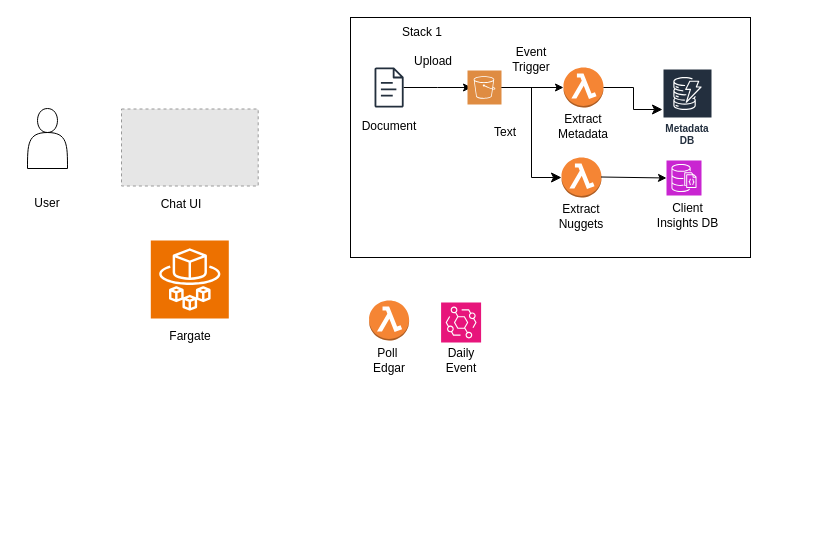
The draw.io diagram architecture/maxit.drawio in 2gauravc/maxit_sales_bot, before the edit. Source tidied: cells renumbered, new cells numbered last; positions are measured from the earlier drawing's top-left corner, leaving out a move shared by most shapes. Both pictures are drawn from the tidied source at 100%, with x=0, y=0 at pixel (17, 17). Pictures stored in the file or linked from it are replaced by grey dashed boxes.
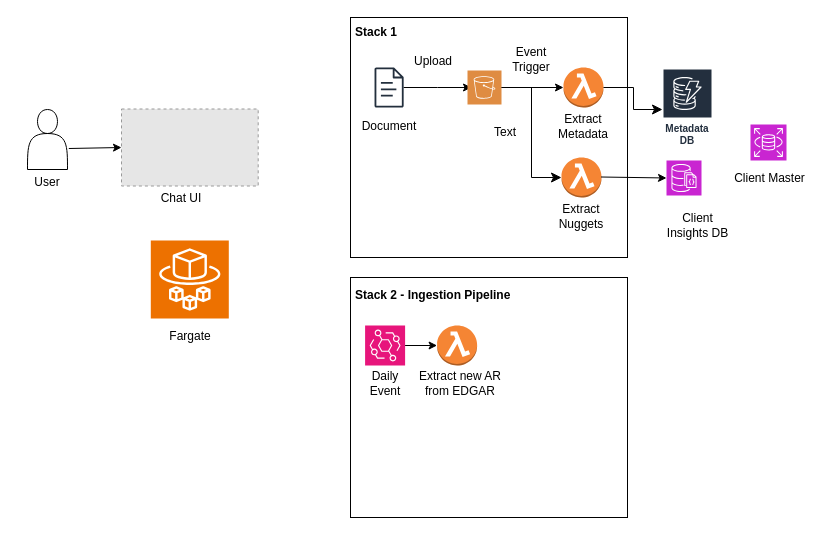
The same diagram, later.

Unchanged cells that the change refers to:
```xml
<mxCell id="26" style="fillColor=#E6E6E6;strokeColor=#999999;dashed=1;verticalLabelPosition=bottom;verticalAlign=top;" parent="1" vertex="1">
  <mxGeometry x="104" y="91.5" width="136.7" height="77" as="geometry" />
</mxCell>
```

The edit, as a diff of the source:
```diff
@@
+    <mxCell id="32" style="rounded=0;whiteSpace=wrap;html=1;" parent="1" vertex="1">
+      <mxGeometry x="333" y="260" width="277" height="240" as="geometry" />
+    </mxCell>
     <mxCell id="2" style="rounded=0;whiteSpace=wrap;html=1;" parent="1" vertex="1">
-      <mxGeometry x="333" width="400" height="240" as="geometry" />
+      <mxGeometry x="333" width="277" height="240" as="geometry" />
     </mxCell>
@@
-    <mxCell id="18" value="Client&lt;div&gt;Insights DB&lt;/div&gt;" style="text;html=1;align=center;verticalAlign=middle;whiteSpace=wrap;rounded=0;" parent="1" vertex="1">
-      <mxGeometry x="633.5" y="183" width="72.5" height="30" as="geometry" />
+    <mxCell id="18" value="Client Master" style="text;html=1;align=center;verticalAlign=middle;whiteSpace=wrap;rounded=0;" parent="1" vertex="1">
+      <mxGeometry x="716" y="145.5" width="72.5" height="30" as="geometry" />
     </mxCell>
@@
     <mxCell id="20" style="outlineConnect=0;dashed=0;verticalLabelPosition=bottom;verticalAlign=top;align=center;html=1;shape=mxgraph.aws3.lambda_function;fillColor=#F58534;gradientColor=none;" parent="1" vertex="1">
-      <mxGeometry x="351.6" y="283" width="40" height="40" as="geometry" />
+      <mxGeometry x="419.6" y="308" width="40" height="40" as="geometry" />
     </mxCell>
-    <mxCell id="21" value="Poll&amp;nbsp;&lt;div&gt;Edgar&lt;/div&gt;" style="text;html=1;align=center;verticalAlign=middle;whiteSpace=wrap;rounded=0;" parent="1" vertex="1">
-      <mxGeometry x="341.6" y="328" width="60" height="30" as="geometry" />
+    <mxCell id="21" value="Extract new AR from EDGAR" style="text;html=1;align=center;verticalAlign=middle;whiteSpace=wrap;rounded=0;" parent="1" vertex="1">
+      <mxGeometry x="397.6" y="351" width="90.4" height="30" as="geometry" />
     </mxCell>
-    <mxCell id="22" style="sketch=0;fontColor=#232F3E;fillColor=#E7157B;strokeColor=#ffffff;dashed=0;verticalLabelPosition=bottom;verticalAlign=top;align=center;html=1;fontSize=12;fontStyle=0;shape=mxgraph.aws4.resourceIcon;resIcon=mxgraph.aws4.eventbridge;" parent="1" vertex="1">
-      <mxGeometry x="423.6" y="285" width="40" height="40" as="geometry" />
-    </mxCell>
-    <mxCell id="23" value="Daily Event" style="text;html=1;align=center;verticalAlign=middle;whiteSpace=wrap;rounded=0;" parent="1" vertex="1">
-      <mxGeometry x="413.6" y="328" width="60" height="30" as="geometry" />
-    </mxCell>
-    <mxCell id="24" value="Stack 1" style="text;html=1;align=center;verticalAlign=middle;whiteSpace=wrap;rounded=0;" parent="1" vertex="1">
-      <mxGeometry x="333" width="144" height="30" as="geometry" />
+    <mxCell id="24" value="Stack 1" style="text;html=1;align=left;verticalAlign=middle;whiteSpace=wrap;rounded=0;fontStyle=1;" parent="1" vertex="1">
+      <mxGeometry x="336" width="54" height="30" as="geometry" />
     </mxCell>
     <mxCell id="25" style="shape=actor;whiteSpace=wrap;html=1;" parent="1" vertex="1">
-      <mxGeometry x="10" y="91" width="40" height="60" as="geometry" />
+      <mxGeometry x="10" y="92" width="40" height="60" as="geometry" />
     </mxCell>
@@
     <mxCell id="28" value="User" style="text;html=1;align=center;verticalAlign=middle;whiteSpace=wrap;rounded=0;" parent="1" vertex="1">
-      <mxGeometry y="171" width="60" height="30" as="geometry" />
+      <mxGeometry y="150" width="60" height="30" as="geometry" />
     </mxCell>
     <mxCell id="29" value="Chat UI" style="text;html=1;align=center;verticalAlign=middle;whiteSpace=wrap;rounded=0;" parent="1" vertex="1">
-      <mxGeometry x="134" y="172" width="60" height="30" as="geometry" />
+      <mxGeometry x="134" y="166" width="60" height="30" as="geometry" />
     </mxCell>
@@
+    <mxCell id="33" style="endArrow=classic;html=1;rounded=0;exitX=1.033;exitY=0.65;exitDx=0;exitDy=0;exitPerimeter=0;entryX=0;entryY=0.5;entryDx=0;entryDy=0;" parent="1" edge="1" source="25" target="26">
+      <mxGeometry relative="1" as="geometry" />
+    </mxCell>
+    <mxCell id="34" value="Stack 2 - Ingestion Pipeline" style="text;html=1;align=left;verticalAlign=middle;whiteSpace=wrap;rounded=0;fontStyle=1;" parent="1" vertex="1">
+      <mxGeometry x="336" y="263" width="184" height="30" as="geometry" />
+    </mxCell>
+    <mxCell id="35" style="sketch=0;points=[[0,0,0],[0.25,0,0],[0.5,0,0],[0.75,0,0],[1,0,0],[0,1,0],[0.25,1,0],[0.5,1,0],[0.75,1,0],[1,1,0],[0,0.25,0],[0,0.5,0],[0,0.75,0],[1,0.25,0],[1,0.5,0],[1,0.75,0]];outlineConnect=0;fontColor=#232F3E;fillColor=#E7157B;strokeColor=#ffffff;dashed=0;verticalLabelPosition=bottom;verticalAlign=top;align=center;html=1;fontSize=12;fontStyle=0;shape=mxgraph.aws4.resourceIcon;resIcon=mxgraph.aws4.eventbridge;" parent="1" vertex="1">
+      <mxGeometry x="347.6" y="308" width="40" height="40" as="geometry" />
+    </mxCell>
+    <mxCell id="23" value="Daily Event" style="text;html=1;align=center;verticalAlign=middle;whiteSpace=wrap;rounded=0;" parent="1" vertex="1">
+      <mxGeometry x="337.6" y="351" width="60" height="30" as="geometry" />
+    </mxCell>
+    <mxCell id="36" style="endArrow=classic;html=1;rounded=0;exitX=1;exitY=0.5;exitDx=0;exitDy=0;exitPerimeter=0;entryX=0;entryY=0.5;entryDx=0;entryDy=0;entryPerimeter=0;" parent="1" edge="1" source="35" target="20">
+      <mxGeometry relative="1" as="geometry" />
+    </mxCell>
+    <mxCell id="37" style="sketch=0;fontColor=#232F3E;fillColor=#C925D1;strokeColor=#ffffff;dashed=0;verticalLabelPosition=bottom;verticalAlign=top;align=center;html=1;fontSize=12;fontStyle=0;shape=mxgraph.aws4.resourceIcon;resIcon=mxgraph.aws4.rds;" parent="1" vertex="1">
+      <mxGeometry x="733" y="107" width="36" height="36" as="geometry" />
+    </mxCell>
+    <mxCell id="38" value="Client&lt;div&gt;Insights DB&lt;/div&gt;" style="text;html=1;align=center;verticalAlign=middle;whiteSpace=wrap;rounded=0;" parent="1" vertex="1">
+      <mxGeometry x="643.5" y="193" width="72.5" height="30" as="geometry" />
+    </mxCell>
```
